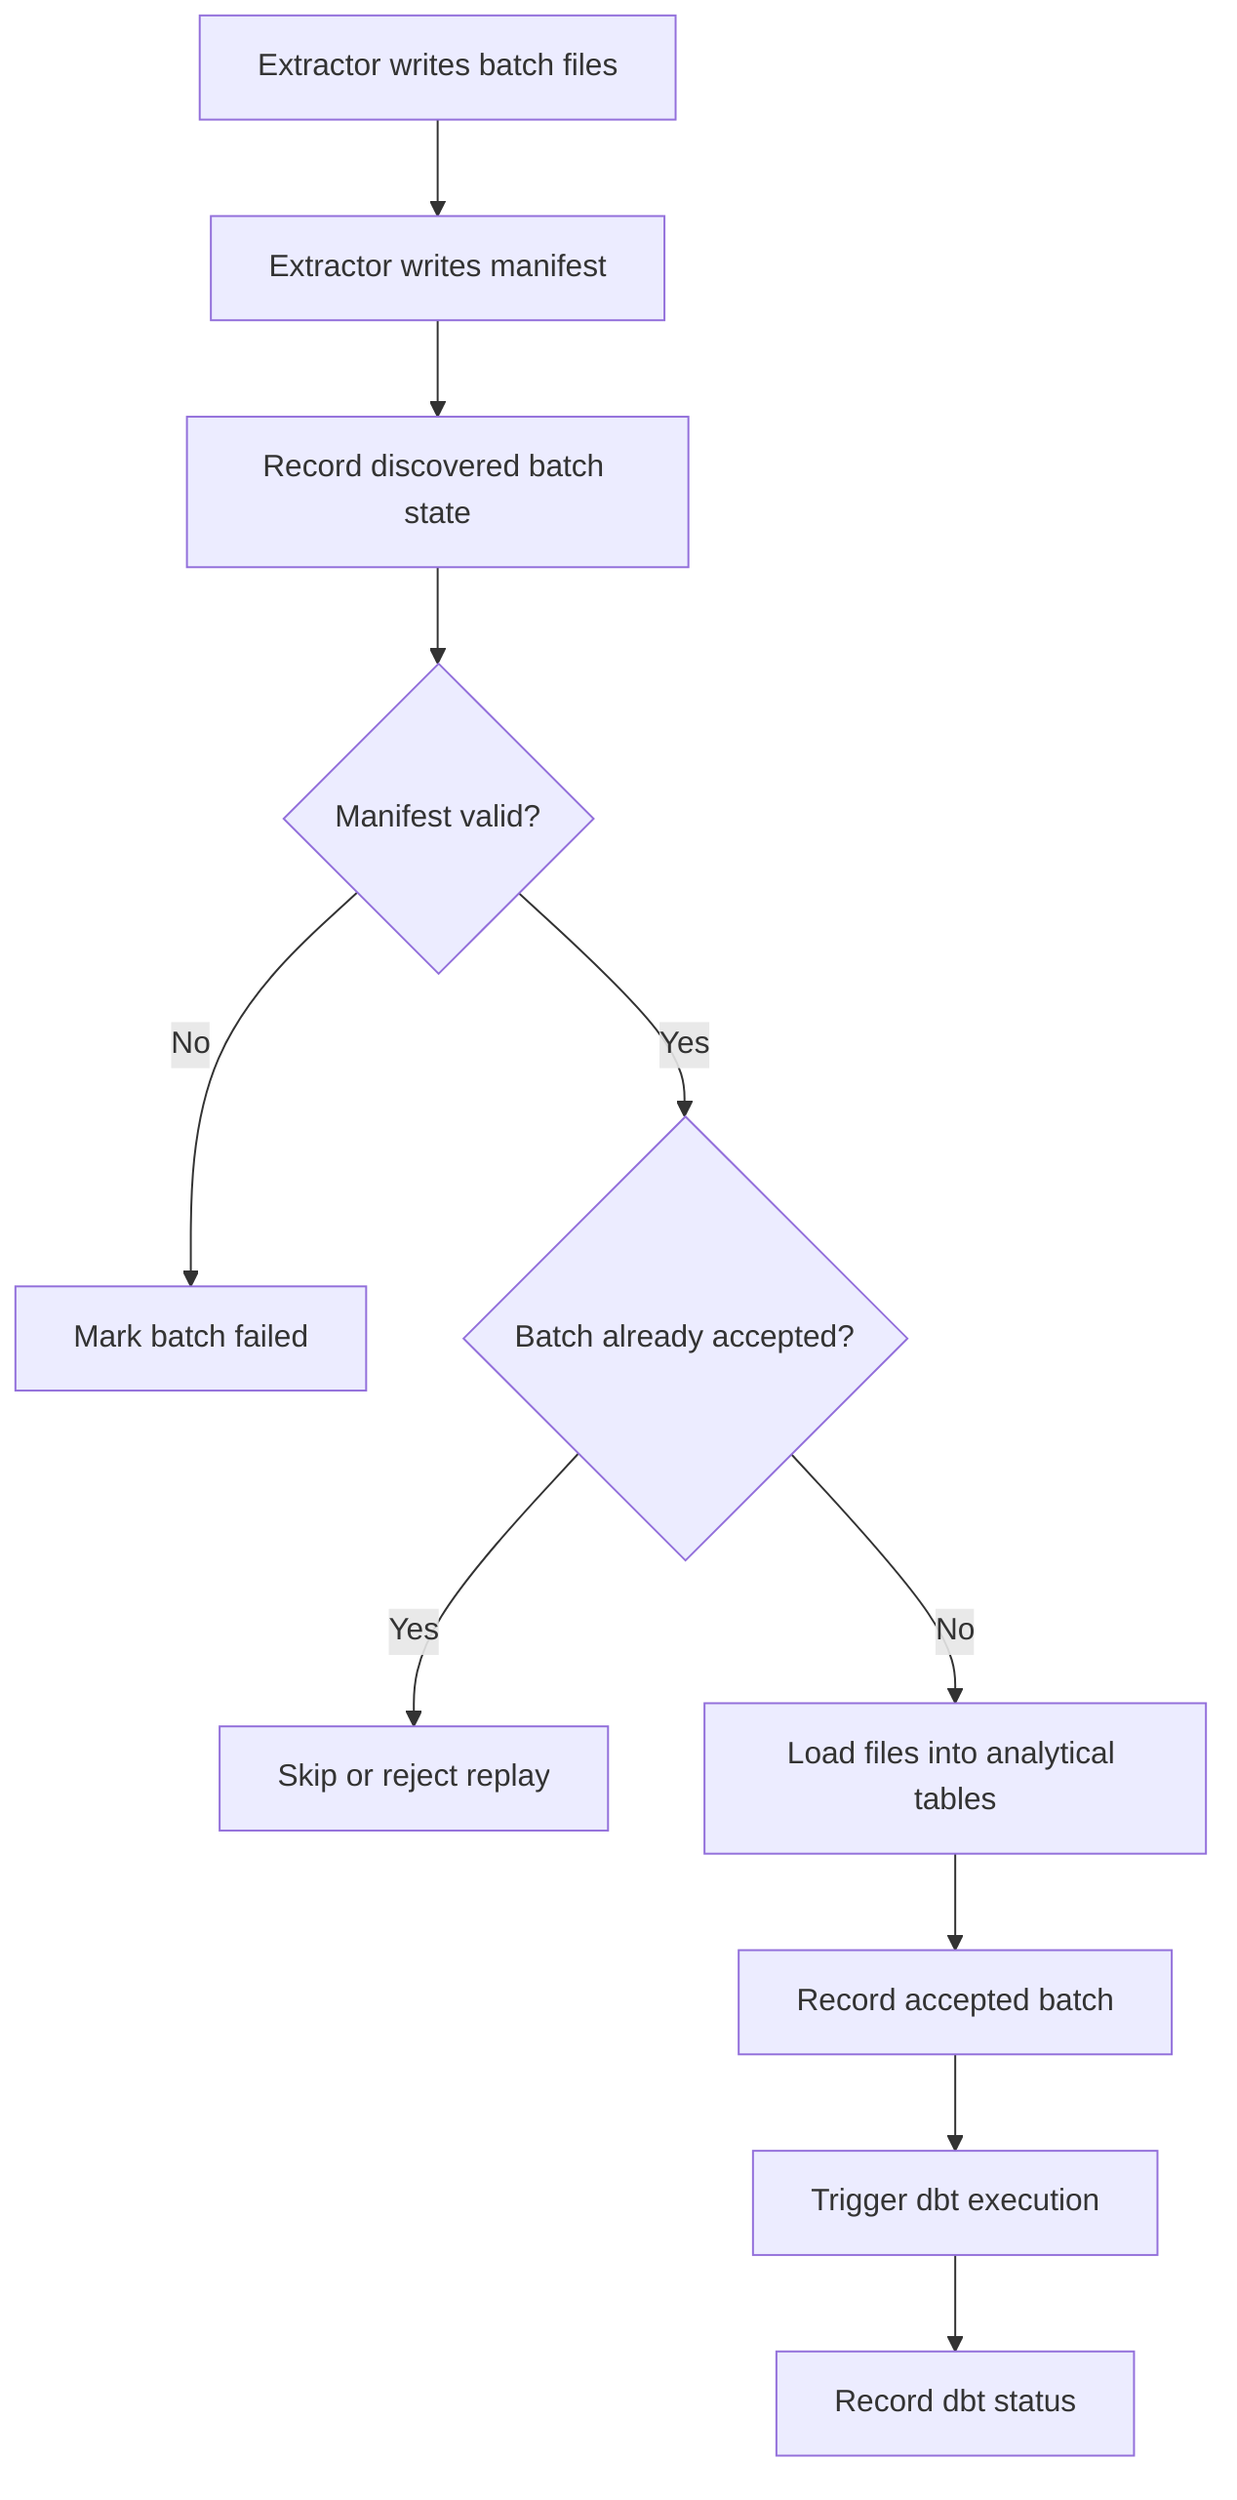
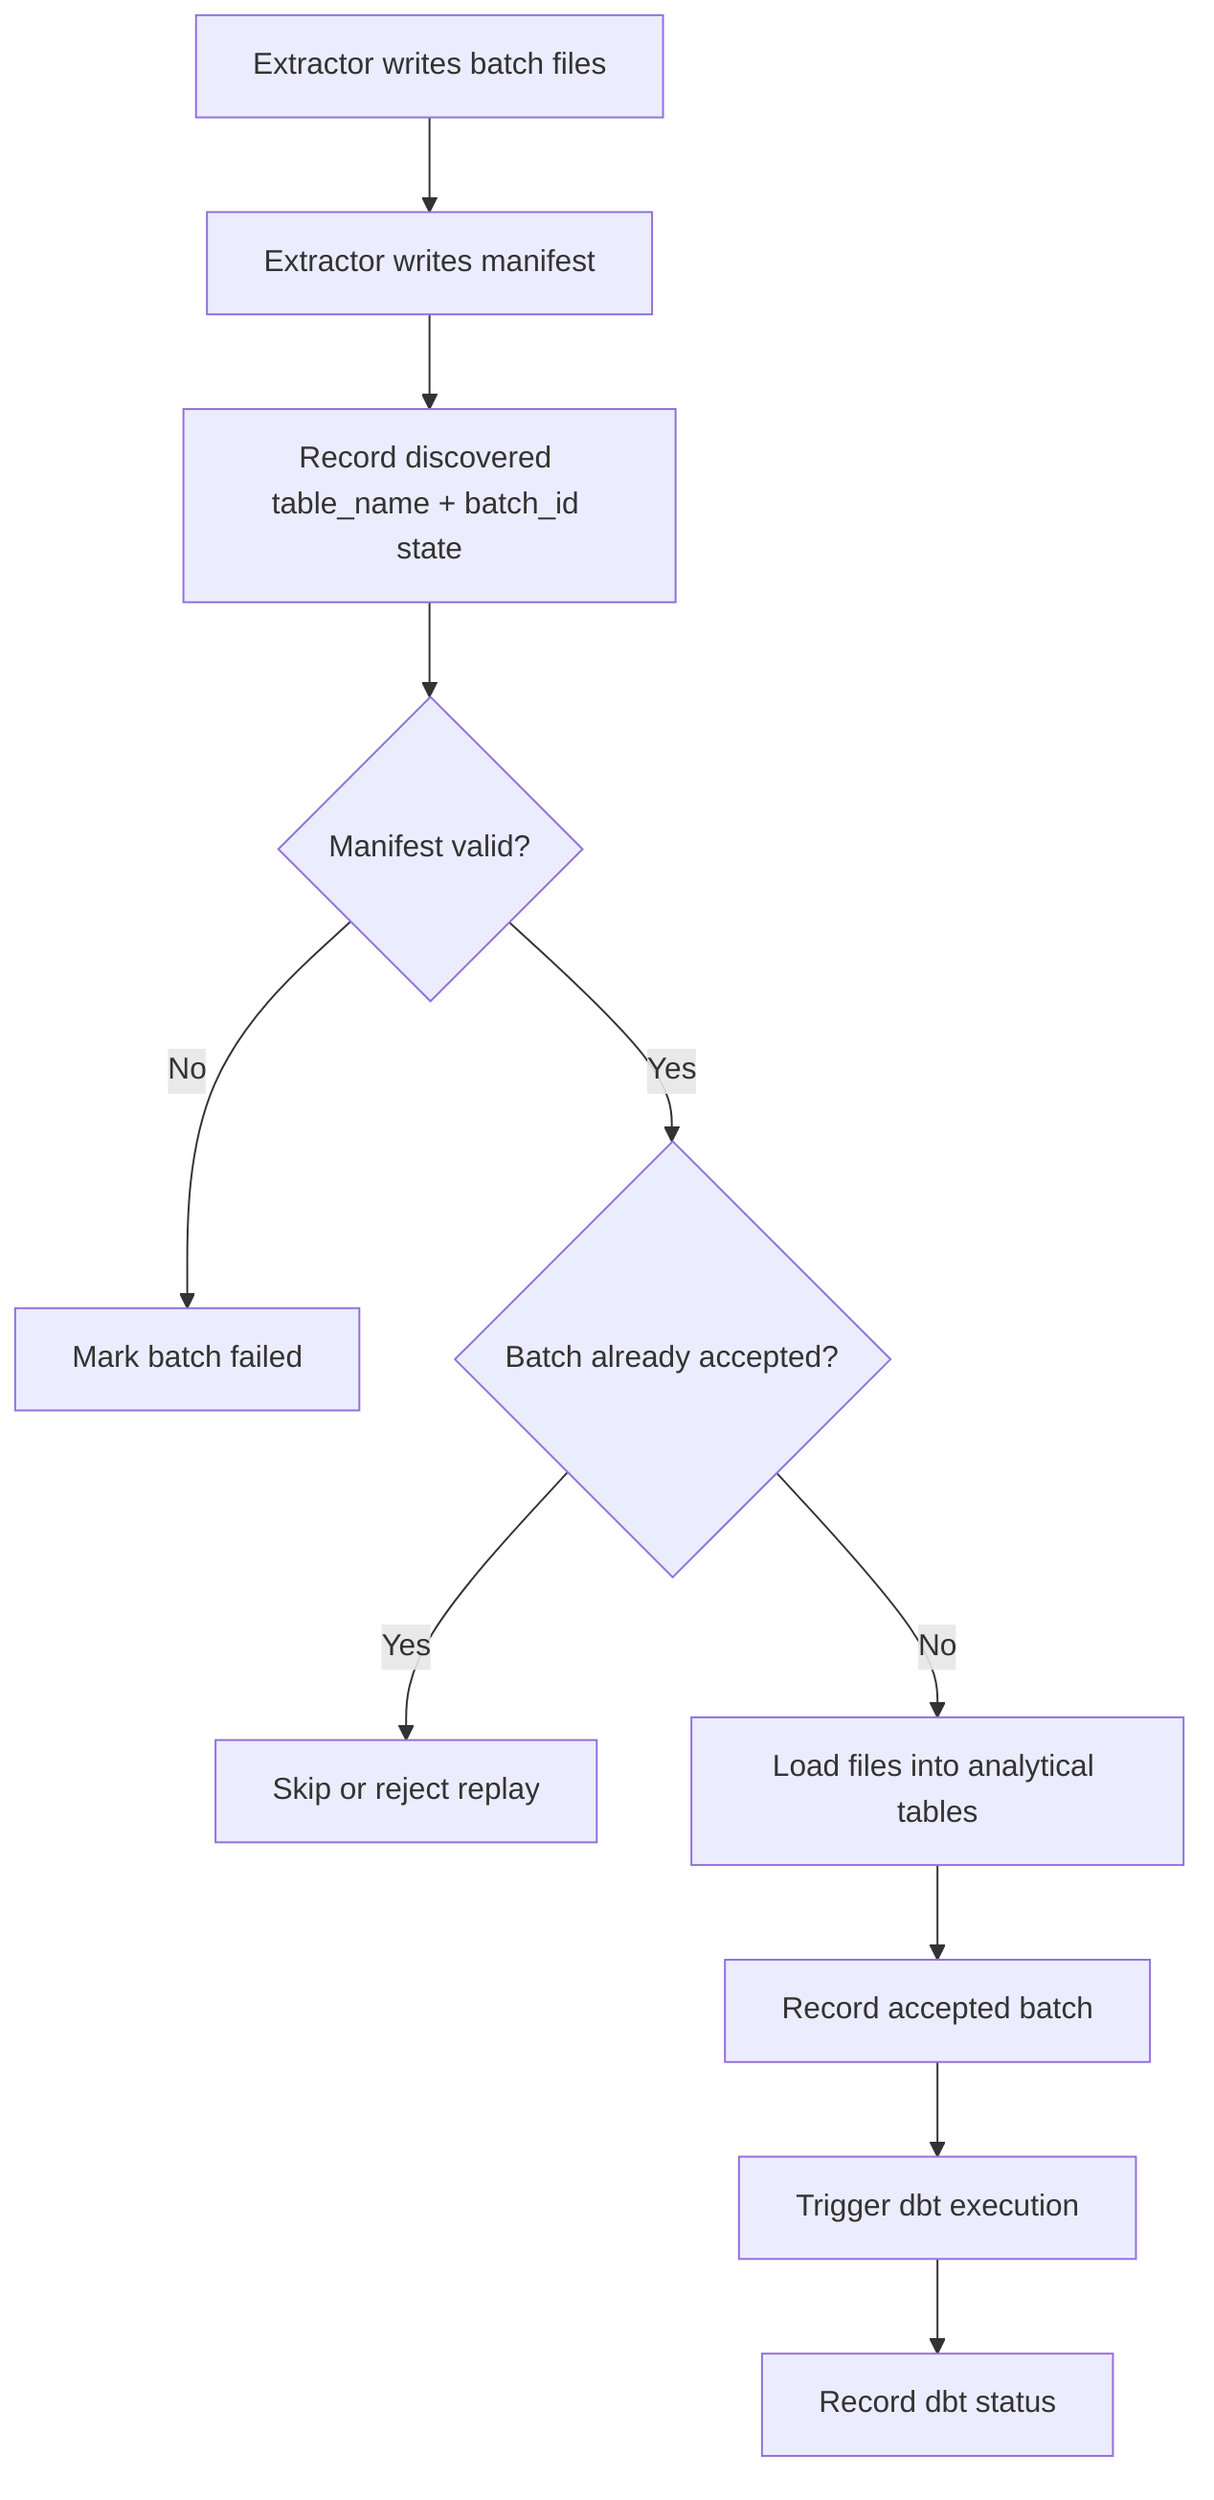
flowchart TD
  A["Extractor writes batch files"] --> B["Extractor writes manifest"]
-   B --> C["Record discovered batch state"]
+   B --> C["Record discovered table_name + batch_id state"]
  C --> D{"Manifest valid?"}
  D -- "No" --> E["Mark batch failed"]
  D -- "Yes" --> F{"Batch already accepted?"}
  F -- "Yes" --> G["Skip or reject replay"]
  F -- "No" --> H["Load files into analytical tables"]
  H --> I["Record accepted batch"]
  I --> J["Trigger dbt execution"]
  J --> K["Record dbt status"]
